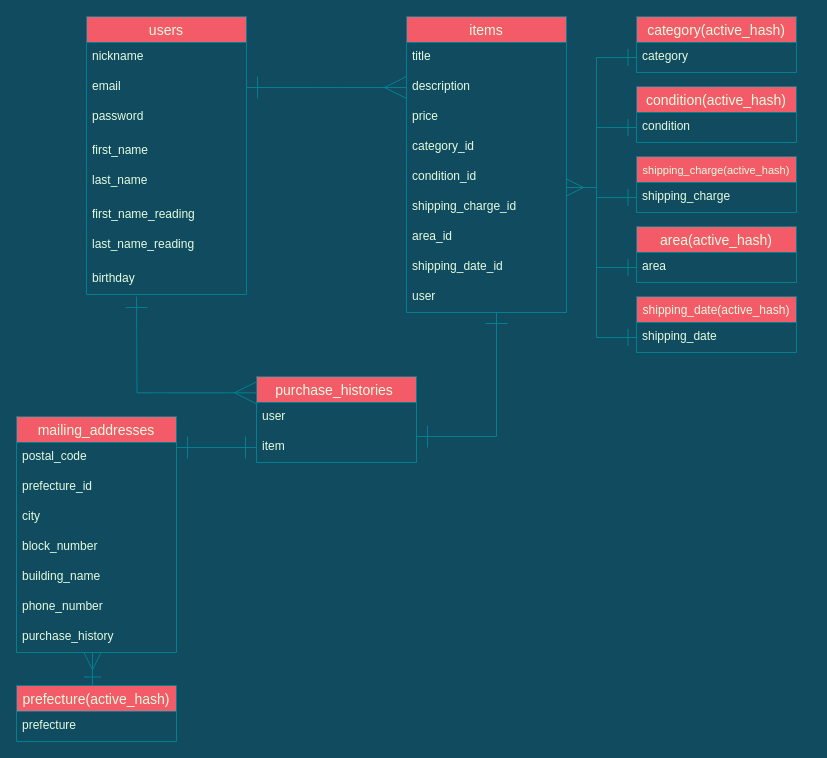
Earlier version of the draw.io diagram er.dio (s6quma/furima-33975). Source tidied: cells renumbered, new cells numbered last; positions are measured from the earlier drawing's top-left corner, leaving out a move shared by most shapes. Both pictures are drawn from the tidied source at 100%, with x=0, y=0 at pixel (16, 16).
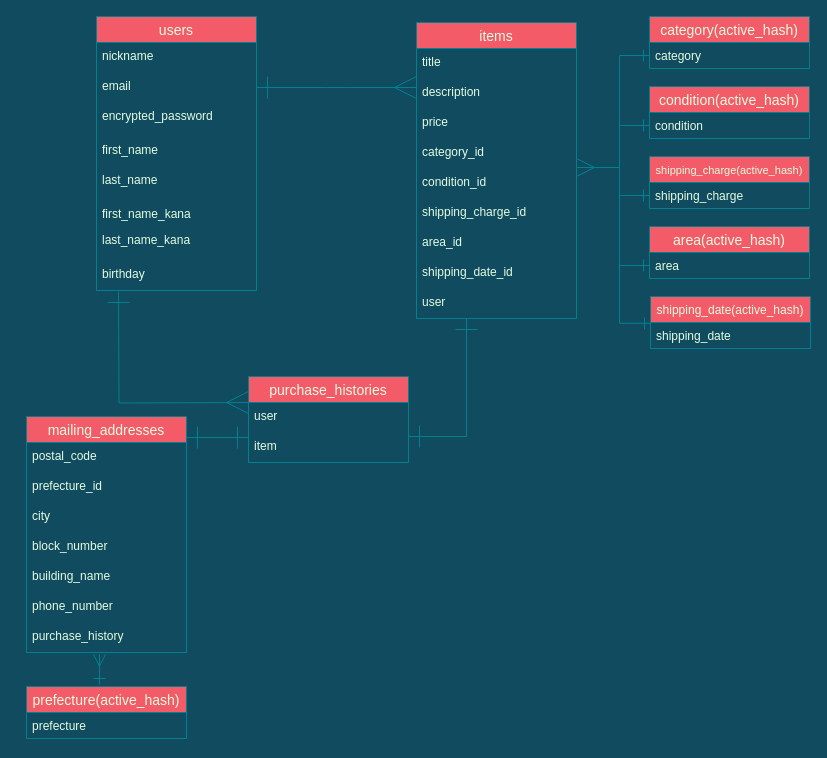
Above is the later version.

The change refers to these unchanged cells:
```xml
<mxCell id="4" value="email" style="text;strokeColor=none;fillColor=none;spacingLeft=4;spacingRight=4;overflow=hidden;points=[[0,0.5],[1,0.5]];portConstraint=eastwest;fontSize=12;fontColor=#E4FDE1;" parent="2" vertex="1">
  <mxGeometry y="56" width="160" height="30" as="geometry" />
</mxCell>
<mxCell id="20" value="user" style="text;strokeColor=none;fillColor=none;spacingLeft=4;spacingRight=4;overflow=hidden;points=[[0,0.5],[1,0.5]];portConstraint=eastwest;fontSize=12;fontColor=#E4FDE1;" parent="11" vertex="1">
  <mxGeometry y="266" width="160" height="30" as="geometry" />
</mxCell>
<mxCell id="23" value="item" style="text;strokeColor=none;fillColor=none;spacingLeft=4;spacingRight=4;overflow=hidden;points=[[0,0.5],[1,0.5]];portConstraint=eastwest;fontSize=12;fontColor=#E4FDE1;" parent="21" vertex="1">
  <mxGeometry y="56" width="160" height="30" as="geometry" />
</mxCell>
```

Change to the diagram source:
```diff
@@
     <mxCell id="2" value=" users " style="swimlane;fontStyle=0;horizontal=1;startSize=26;align=center;fontSize=14;fillColor=#F45B69;strokeColor=#028090;fontColor=#E4FDE1;" parent="1" vertex="1">
-      <mxGeometry x="70" width="160" height="278" as="geometry" />
+      <mxGeometry x="80" width="160" height="274" as="geometry" />
     </mxCell>
@@
-    <mxCell id="5" value="password" style="text;strokeColor=none;fillColor=none;spacingLeft=4;spacingRight=4;overflow=hidden;fontSize=12;fontColor=#E4FDE1;" parent="2" vertex="1">
+    <mxCell id="5" value="encrypted_password" style="text;strokeColor=none;fillColor=none;spacingLeft=4;spacingRight=4;overflow=hidden;fontSize=12;fontColor=#E4FDE1;" parent="2" vertex="1">
       <mxGeometry y="86" width="160" height="34" as="geometry" />
     </mxCell>
@@
-    <mxCell id="8" value="first_name_reading" style="text;strokeColor=none;fillColor=none;spacingLeft=4;spacingRight=4;overflow=hidden;fontSize=12;fontColor=#E4FDE1;" parent="2" vertex="1">
-      <mxGeometry y="184" width="160" height="30" as="geometry" />
+    <mxCell id="8" value="first_name_kana" style="text;strokeColor=none;fillColor=none;spacingLeft=4;spacingRight=4;overflow=hidden;fontSize=12;fontColor=#E4FDE1;" parent="2" vertex="1">
+      <mxGeometry y="184" width="160" height="26" as="geometry" />
     </mxCell>
-    <mxCell id="9" value="last_name_reading" style="text;strokeColor=none;fillColor=none;spacingLeft=4;spacingRight=4;overflow=hidden;fontSize=12;fontColor=#E4FDE1;" parent="2" vertex="1">
-      <mxGeometry y="214" width="160" height="34" as="geometry" />
+    <mxCell id="9" value="last_name_kana" style="text;strokeColor=none;fillColor=none;spacingLeft=4;spacingRight=4;overflow=hidden;fontSize=12;fontColor=#E4FDE1;" parent="2" vertex="1">
+      <mxGeometry y="210" width="160" height="34" as="geometry" />
     </mxCell>
     <mxCell id="10" value="birthday　" style="text;strokeColor=none;fillColor=none;spacingLeft=4;spacingRight=4;overflow=hidden;fontSize=12;fontColor=#E4FDE1;" parent="2" vertex="1">
-      <mxGeometry y="248" width="160" height="30" as="geometry" />
+      <mxGeometry y="244" width="160" height="30" as="geometry" />
     </mxCell>
     <mxCell id="11" value="items" style="swimlane;fontStyle=0;horizontal=1;startSize=26;align=center;fontSize=14;fillColor=#F45B69;strokeColor=#028090;fontColor=#E4FDE1;" parent="1" vertex="1">
-      <mxGeometry x="390" width="160" height="296" as="geometry" />
+      <mxGeometry x="400" y="6" width="160" height="296" as="geometry" />
     </mxCell>
@@
-    <mxCell id="21" value="purchase_histories " style="swimlane;fontStyle=0;horizontal=1;startSize=26;align=center;fontSize=14;fillColor=#F45B69;strokeColor=#028090;fontColor=#E4FDE1;" parent="1" vertex="1">
-      <mxGeometry x="240" y="360" width="160" height="86" as="geometry" />
+    <mxCell id="21" value="purchase_histories" style="swimlane;fontStyle=0;horizontal=1;startSize=26;align=center;fontSize=14;fillColor=#F45B69;strokeColor=#028090;fontColor=#E4FDE1;" parent="1" vertex="1">
+      <mxGeometry x="232" y="360" width="160" height="86" as="geometry" />
     </mxCell>
@@
     <mxCell id="24" value="mailing_addresses" style="swimlane;fontStyle=0;horizontal=1;startSize=26;align=center;fontSize=14;fillColor=#F45B69;strokeColor=#028090;fontColor=#E4FDE1;" parent="1" vertex="1">
-      <mxGeometry y="400" width="160" height="236" as="geometry" />
+      <mxGeometry x="10" y="400" width="160" height="236" as="geometry" />
     </mxCell>
@@
-    <mxCell id="31" value="purchase_history" style="text;strokeColor=none;fillColor=none;spacingLeft=4;spacingRight=4;overflow=hidden;fontSize=12;fontColor=#E4FDE1;" parent="24" vertex="1">
-      <mxGeometry y="206" width="160" height="30" as="geometry" />
-    </mxCell>
+    <mxCell id="54" value="purchase_history" style="text;strokeColor=none;fillColor=none;spacingLeft=4;spacingRight=4;overflow=hidden;fontSize=12;fontColor=#E4FDE1;" parent="24" vertex="1">
+      <mxGeometry y="206" width="160" height="30" as="geometry" />
+    </mxCell>
     <mxCell id="32" style="edgeStyle=orthogonalEdgeStyle;curved=0;rounded=1;sketch=0;jettySize=auto;html=1;endArrow=ERmany;endFill=0;endSize=20;startArrow=ERone;startFill=0;targetPerimeterSpacing=0;startSize=20;labelBackgroundColor=#114B5F;strokeColor=#028090;fontColor=#E4FDE1;" parent="1" edge="1" source="4">
       <mxGeometry relative="1" as="geometry">
-        <mxPoint x="390" y="71" as="targetPoint" />
+        <mxPoint x="400" y="71" as="targetPoint" />
       </mxGeometry>
     </mxCell>
-    <mxCell id="33" style="edgeStyle=orthogonalEdgeStyle;rounded=0;sketch=0;jettySize=auto;html=1;endArrow=ERone;endFill=0;endSize=20;startSize=20;startArrow=ERone;startFill=0;labelBackgroundColor=#114B5F;strokeColor=#028090;fontColor=#E4FDE1;" parent="1" edge="1" target="20">
+    <mxCell id="33" style="edgeStyle=orthogonalEdgeStyle;rounded=0;sketch=0;jettySize=auto;html=1;endArrow=ERone;endFill=0;endSize=20;startSize=20;startArrow=ERone;startFill=0;labelBackgroundColor=#114B5F;strokeColor=#028090;fontColor=#E4FDE1;" parent="1" edge="1" source="23" target="20">
       <mxGeometry relative="1" as="geometry">
-        <mxPoint x="400" y="420" as="sourcePoint" />
         <Array as="points">
-          <mxPoint x="480" y="420" />
+          <mxPoint x="450" y="420" />
         </Array>
       </mxGeometry>
     </mxCell>
-    <mxCell id="34" style="edgeStyle=orthogonalEdgeStyle;sketch=0;jettySize=auto;html=1;startArrow=ERmany;startFill=0;startSize=20;endArrow=ERone;endFill=0;endSize=20;targetPerimeterSpacing=0;rounded=0;exitX=0;exitY=0.19;exitDx=0;exitDy=0;exitPerimeter=0;labelBackgroundColor=#114B5F;strokeColor=#028090;fontColor=#E4FDE1;" parent="1" edge="1" source="21">
+    <mxCell id="34" style="edgeStyle=orthogonalEdgeStyle;sketch=0;orthogonalLoop=1;jettySize=auto;html=1;startArrow=ERmany;startFill=0;startSize=20;endArrow=ERone;endFill=0;endSize=20;targetPerimeterSpacing=0;rounded=0;labelBackgroundColor=#114B5F;strokeColor=#028090;fontColor=#E4FDE1;" parent="1" edge="1">
       <mxGeometry relative="1" as="geometry">
-        <mxPoint x="120" y="280" as="targetPoint" />
+        <mxPoint x="232" y="386" as="sourcePoint" />
+        <mxPoint x="102" y="275" as="targetPoint" />
       </mxGeometry>
     </mxCell>
-    <mxCell id="35" style="edgeStyle=orthogonalEdgeStyle;rounded=0;sketch=0;jettySize=auto;html=1;startArrow=ERone;startFill=0;startSize=20;endArrow=ERone;endFill=0;endSize=20;targetPerimeterSpacing=0;labelBackgroundColor=#114B5F;strokeColor=#028090;fontColor=#E4FDE1;" parent="1" edge="1" source="23">
+    <mxCell id="35" style="edgeStyle=orthogonalEdgeStyle;rounded=0;sketch=0;orthogonalLoop=1;jettySize=auto;html=1;startArrow=ERone;startFill=0;startSize=20;endArrow=ERone;endFill=0;endSize=20;targetPerimeterSpacing=0;labelBackgroundColor=#114B5F;strokeColor=#028090;fontColor=#E4FDE1;" parent="1" edge="1">
       <mxGeometry relative="1" as="geometry">
-        <mxPoint x="160" y="431" as="targetPoint" />
-        <Array as="points">
-          <mxPoint x="160" y="431" />
-        </Array>
+        <mxPoint x="232" y="421" as="sourcePoint" />
+        <mxPoint x="170" y="421" as="targetPoint" />
       </mxGeometry>
     </mxCell>
-    <mxCell id="36" style="edgeStyle=orthogonalEdgeStyle;rounded=0;sketch=0;orthogonalLoop=1;jettySize=auto;html=1;exitX=0.5;exitY=0;exitDx=0;exitDy=0;entryX=0.5;entryY=1.04;entryDx=0;entryDy=0;entryPerimeter=0;startArrow=ERone;startFill=0;startSize=15;endArrow=ERmany;endFill=0;endSize=15;targetPerimeterSpacing=0;fontSize=11;labelBackgroundColor=#114B5F;strokeColor=#028090;fontColor=#E4FDE1;" parent="1" edge="1">
-      <mxGeometry relative="1" as="geometry">
-        <mxPoint x="76" y="669" as="sourcePoint" />
-        <mxPoint x="76" y="636.2" as="targetPoint" />
-      </mxGeometry>
-    </mxCell>
-    <mxCell id="37" value="prefecture(active_hash)" style="swimlane;fontStyle=0;horizontal=1;startSize=26;align=center;fontSize=14;rounded=0;sketch=0;fillColor=#F45B69;strokeColor=#028090;fontColor=#E4FDE1;" parent="1" vertex="1">
-      <mxGeometry y="669" width="160" height="56" as="geometry" />
-    </mxCell>
-    <mxCell id="38" value="prefecture" style="text;strokeColor=none;fillColor=none;spacingLeft=4;spacingRight=4;overflow=hidden;fontSize=12;fontColor=#E4FDE1;" parent="37" vertex="1">
-      <mxGeometry y="26" width="160" height="30" as="geometry" />
-    </mxCell>
-    <mxCell id="39" value="category(active_hash)" style="swimlane;fontStyle=0;horizontal=1;startSize=26;align=center;fontSize=14;rounded=0;sketch=0;fillColor=#F45B69;strokeColor=#028090;fontColor=#E4FDE1;" parent="1" vertex="1">
-      <mxGeometry x="620" width="160" height="56" as="geometry" />
-    </mxCell>
+    <mxCell id="31" value="category(active_hash)" style="swimlane;fontStyle=0;horizontal=1;startSize=26;align=center;fontSize=14;fillColor=#F45B69;strokeColor=#028090;fontColor=#E4FDE1;" parent="1" vertex="1">
+      <mxGeometry x="633" width="160" height="52" as="geometry" />
+    </mxCell>
-    <mxCell id="40" value="category" style="text;strokeColor=none;fillColor=none;spacingLeft=4;spacingRight=4;overflow=hidden;fontSize=12;fontColor=#E4FDE1;" parent="39" vertex="1">
-      <mxGeometry y="26" width="160" height="30" as="geometry" />
+    <mxCell id="40" value="category" style="text;strokeColor=none;fillColor=none;spacingLeft=4;spacingRight=4;overflow=hidden;fontSize=12;fontColor=#E4FDE1;" parent="31" vertex="1">
+      <mxGeometry y="26" width="160" height="26" as="geometry" />
     </mxCell>
+    <mxCell id="55" style="edgeStyle=orthogonalEdgeStyle;rounded=0;orthogonalLoop=1;jettySize=auto;html=1;exitX=0;exitY=0.75;exitDx=0;exitDy=0;startArrow=ERone;startFill=0;startSize=10;endArrow=none;endFill=0;endSize=10;labelBackgroundColor=#114B5F;strokeColor=#028090;fontColor=#E4FDE1;" parent="1" edge="1">
+      <mxGeometry relative="1" as="geometry">
+        <mxPoint x="633" y="109" as="sourcePoint" />
+        <mxPoint x="603" y="109" as="targetPoint" />
+      </mxGeometry>
+    </mxCell>
+    <mxCell id="45" value="condition(active_hash)" style="swimlane;fontStyle=0;horizontal=1;startSize=26;align=center;fontSize=14;fillColor=#F45B69;strokeColor=#028090;fontColor=#E4FDE1;" parent="1" vertex="1">
+      <mxGeometry x="633" y="70" width="160" height="52" as="geometry" />
+    </mxCell>
+    <mxCell id="46" value="condition" style="text;strokeColor=none;fillColor=none;spacingLeft=4;spacingRight=4;overflow=hidden;points=[[0,0.5],[1,0.5]];portConstraint=eastwest;fontSize=12;fontColor=#E4FDE1;" parent="45" vertex="1">
+      <mxGeometry y="26" width="160" height="26" as="geometry" />
+    </mxCell>
-    <mxCell id="41" value="shipping_charge(active_hash)" style="swimlane;fontStyle=0;horizontal=1;startSize=26;align=center;fontSize=11;rounded=0;sketch=0;fillColor=#F45B69;strokeColor=#028090;fontColor=#E4FDE1;" parent="1" vertex="1">
-      <mxGeometry x="620" y="140" width="160" height="56" as="geometry" />
+    <mxCell id="41" value="shipping_charge(active_hash)" style="swimlane;fontStyle=0;horizontal=1;startSize=26;align=center;fontSize=11;fillColor=#F45B69;strokeColor=#028090;fontColor=#E4FDE1;" parent="1" vertex="1">
+      <mxGeometry x="633" y="140" width="160" height="52" as="geometry" />
     </mxCell>
     <mxCell id="42" value="shipping_charge" style="text;strokeColor=none;fillColor=none;spacingLeft=4;spacingRight=4;overflow=hidden;points=[[0,0.5],[1,0.5]];portConstraint=eastwest;fontSize=12;fontColor=#E4FDE1;" parent="41" vertex="1">
-      <mxGeometry y="26" width="160" height="30" as="geometry" />
+      <mxGeometry y="26" width="160" height="26" as="geometry" />
     </mxCell>
-    <mxCell id="43" value="area(active_hash)" style="swimlane;fontStyle=0;horizontal=1;startSize=26;align=center;fontSize=14;rounded=0;sketch=0;fillColor=#F45B69;strokeColor=#028090;fontColor=#E4FDE1;" parent="1" vertex="1">
-      <mxGeometry x="620" y="210" width="160" height="56" as="geometry" />
+    <mxCell id="43" value="area(active_hash)" style="swimlane;fontStyle=0;horizontal=1;startSize=26;align=center;fontSize=14;fillColor=#F45B69;strokeColor=#028090;fontColor=#E4FDE1;" parent="1" vertex="1">
+      <mxGeometry x="633" y="210" width="160" height="52" as="geometry" />
     </mxCell>
     <mxCell id="44" value="area" style="text;strokeColor=none;fillColor=none;spacingLeft=4;spacingRight=4;overflow=hidden;fontSize=12;fontColor=#E4FDE1;" parent="43" vertex="1">
-      <mxGeometry y="26" width="160" height="30" as="geometry" />
+      <mxGeometry y="26" width="160" height="26" as="geometry" />
     </mxCell>
-    <mxCell id="45" value="condition(active_hash)" style="swimlane;fontStyle=0;horizontal=1;startSize=26;align=center;fontSize=14;rounded=0;sketch=0;fillColor=#F45B69;strokeColor=#028090;fontColor=#E4FDE1;" parent="1" vertex="1">
-      <mxGeometry x="620" y="70" width="160" height="56" as="geometry" />
-    </mxCell>
-    <mxCell id="46" value="condition" style="text;strokeColor=none;fillColor=none;spacingLeft=4;spacingRight=4;overflow=hidden;points=[[0,0.5],[1,0.5]];portConstraint=eastwest;fontSize=12;fontColor=#E4FDE1;" parent="45" vertex="1">
-      <mxGeometry y="26" width="160" height="30" as="geometry" />
-    </mxCell>
+    <mxCell id="56" style="edgeStyle=orthogonalEdgeStyle;rounded=0;orthogonalLoop=1;jettySize=auto;html=1;startArrow=ERone;startFill=0;startSize=10;endArrow=none;endFill=0;endSize=10;exitX=0.006;exitY=0.031;exitDx=0;exitDy=0;exitPerimeter=0;labelBackgroundColor=#114B5F;strokeColor=#028090;fontColor=#E4FDE1;" parent="1" edge="1">
+      <mxGeometry relative="1" as="geometry">
+        <mxPoint x="634" y="306.8" as="sourcePoint" />
+        <mxPoint x="588" y="151" as="targetPoint" />
+        <Array as="points">
+          <mxPoint x="603" y="307" />
+          <mxPoint x="603" y="151" />
+        </Array>
+      </mxGeometry>
+    </mxCell>
-    <mxCell id="47" value="shipping_date(active_hash)" style="swimlane;fontStyle=0;horizontal=1;startSize=26;align=center;fontSize=12;rounded=0;sketch=0;fillColor=#F45B69;strokeColor=#028090;fontColor=#E4FDE1;" parent="1" vertex="1">
-      <mxGeometry x="620" y="280" width="160" height="56" as="geometry" />
+    <mxCell id="47" value="shipping_date(active_hash)" style="swimlane;fontStyle=0;horizontal=1;startSize=26;align=center;fontSize=12;fillColor=#F45B69;strokeColor=#028090;fontColor=#E4FDE1;" parent="1" vertex="1">
+      <mxGeometry x="634" y="280" width="160" height="52" as="geometry" />
     </mxCell>
-    <mxCell id="48" value="shipping_date&#10;" style="text;strokeColor=none;fillColor=none;spacingLeft=4;spacingRight=4;overflow=hidden;fontSize=12;fontColor=#E4FDE1;" parent="47" vertex="1">
-      <mxGeometry y="26" width="160" height="30" as="geometry" />
+    <mxCell id="48" value="shipping_date" style="text;strokeColor=none;fillColor=none;spacingLeft=4;spacingRight=4;overflow=hidden;fontSize=12;fontColor=#E4FDE1;" parent="47" vertex="1">
+      <mxGeometry y="26" width="160" height="26" as="geometry" />
     </mxCell>
-    <mxCell id="49" style="edgeStyle=orthogonalEdgeStyle;rounded=0;sketch=0;orthogonalLoop=1;jettySize=auto;html=1;startArrow=ERone;startFill=0;startSize=15;endArrow=ERmany;endFill=0;endSize=15;targetPerimeterSpacing=0;fontSize=11;labelBackgroundColor=#114B5F;strokeColor=#028090;fontColor=#E4FDE1;" parent="1" edge="1">
-      <mxGeometry relative="1" as="geometry">
-        <mxPoint x="620" y="41" as="sourcePoint" />
-        <mxPoint x="550" y="171" as="targetPoint" />
-        <Array as="points">
-          <mxPoint x="580" y="41" />
-          <mxPoint x="580" y="171" />
-        </Array>
-      </mxGeometry>
-    </mxCell>
-    <mxCell id="50" style="edgeStyle=orthogonalEdgeStyle;rounded=0;sketch=0;orthogonalLoop=1;jettySize=auto;html=1;startArrow=ERone;startFill=0;startSize=15;endArrow=none;endFill=0;endSize=20;targetPerimeterSpacing=0;fontSize=11;labelBackgroundColor=#114B5F;strokeColor=#028090;fontColor=#E4FDE1;" parent="1" edge="1">
-      <mxGeometry relative="1" as="geometry">
-        <mxPoint x="620" y="321" as="sourcePoint" />
-        <mxPoint x="580" y="150" as="targetPoint" />
-        <Array as="points">
-          <mxPoint x="580" y="321" />
-          <mxPoint x="580" y="170" />
-        </Array>
-      </mxGeometry>
-    </mxCell>
-    <mxCell id="51" style="edgeStyle=orthogonalEdgeStyle;rounded=0;sketch=0;jettySize=auto;html=1;startArrow=ERone;startFill=0;startSize=15;endArrow=none;endFill=0;endSize=20;targetPerimeterSpacing=0;fontSize=11;labelBackgroundColor=#114B5F;strokeColor=#028090;fontColor=#E4FDE1;" parent="1" edge="1" source="46">
-      <mxGeometry relative="1" as="geometry">
-        <mxPoint x="580" y="111" as="targetPoint" />
-      </mxGeometry>
-    </mxCell>
-    <mxCell id="52" style="edgeStyle=orthogonalEdgeStyle;rounded=0;sketch=0;jettySize=auto;html=1;exitX=0;exitY=0.5;exitDx=0;exitDy=0;startArrow=ERone;startFill=0;startSize=15;endArrow=none;endFill=0;endSize=20;targetPerimeterSpacing=0;fontSize=11;labelBackgroundColor=#114B5F;strokeColor=#028090;fontColor=#E4FDE1;" parent="1" edge="1" source="42">
-      <mxGeometry relative="1" as="geometry">
-        <mxPoint x="580" y="181" as="targetPoint" />
-      </mxGeometry>
-    </mxCell>
-    <mxCell id="53" style="edgeStyle=orthogonalEdgeStyle;rounded=0;sketch=0;orthogonalLoop=1;jettySize=auto;html=1;startArrow=ERone;startFill=0;startSize=15;endArrow=none;endFill=0;endSize=20;targetPerimeterSpacing=0;fontSize=11;labelBackgroundColor=#114B5F;strokeColor=#028090;fontColor=#E4FDE1;" parent="1" edge="1">
-      <mxGeometry relative="1" as="geometry">
-        <mxPoint x="620" y="251" as="sourcePoint" />
-        <mxPoint x="580" y="251" as="targetPoint" />
-      </mxGeometry>
-    </mxCell>
+    <mxCell id="57" style="edgeStyle=orthogonalEdgeStyle;rounded=0;orthogonalLoop=1;jettySize=auto;html=1;entryX=0.494;entryY=1.127;entryDx=0;entryDy=0;entryPerimeter=0;endArrow=ERmany;endFill=0;endSize=10;startArrow=ERone;startFill=0;startSize=10;labelBackgroundColor=#114B5F;strokeColor=#028090;fontColor=#E4FDE1;" parent="1" edge="1">
+      <mxGeometry relative="1" as="geometry">
+        <mxPoint x="83" y="668" as="sourcePoint" />
+        <mxPoint x="83" y="637.8" as="targetPoint" />
+      </mxGeometry>
+    </mxCell>
+    <mxCell id="37" value="prefecture(active_hash)" style="swimlane;fontStyle=0;horizontal=1;startSize=26;align=center;fontSize=14;fillColor=#F45B69;strokeColor=#028090;fontColor=#E4FDE1;" parent="1" vertex="1">
+      <mxGeometry x="10" y="670" width="160" height="52" as="geometry" />
+    </mxCell>
+    <mxCell id="38" value="prefecture" style="text;strokeColor=none;fillColor=none;spacingLeft=4;spacingRight=4;overflow=hidden;fontSize=12;fontColor=#E4FDE1;" parent="37" vertex="1">
+      <mxGeometry y="26" width="160" height="26" as="geometry" />
+    </mxCell>
+    <mxCell id="58" style="edgeStyle=orthogonalEdgeStyle;rounded=0;orthogonalLoop=1;jettySize=auto;html=1;exitX=0;exitY=0.5;exitDx=0;exitDy=0;startArrow=ERone;startFill=0;startSize=10;endArrow=ERmany;endFill=0;endSize=15;strokeWidth=1;labelBackgroundColor=#114B5F;strokeColor=#028090;fontColor=#E4FDE1;" parent="1" edge="1">
+      <mxGeometry relative="1" as="geometry">
+        <mxPoint x="633" y="39" as="sourcePoint" />
+        <mxPoint x="561" y="151" as="targetPoint" />
+        <Array as="points">
+          <mxPoint x="603" y="39" />
+          <mxPoint x="603" y="151" />
+        </Array>
+      </mxGeometry>
+    </mxCell>
+    <mxCell id="59" style="edgeStyle=orthogonalEdgeStyle;rounded=0;orthogonalLoop=1;jettySize=auto;html=1;exitX=0;exitY=0.5;exitDx=0;exitDy=0;startArrow=ERone;startFill=0;startSize=10;endArrow=none;endFill=0;endSize=10;labelBackgroundColor=#114B5F;strokeColor=#028090;fontColor=#E4FDE1;" parent="1" edge="1">
+      <mxGeometry relative="1" as="geometry">
+        <mxPoint x="633" y="179" as="sourcePoint" />
+        <mxPoint x="603" y="179" as="targetPoint" />
+      </mxGeometry>
+    </mxCell>
+    <mxCell id="60" style="edgeStyle=orthogonalEdgeStyle;rounded=0;orthogonalLoop=1;jettySize=auto;html=1;exitX=0;exitY=0.5;exitDx=0;exitDy=0;startArrow=ERone;startFill=0;startSize=10;endArrow=none;endFill=0;endSize=10;labelBackgroundColor=#114B5F;strokeColor=#028090;fontColor=#E4FDE1;" parent="1" edge="1">
+      <mxGeometry relative="1" as="geometry">
+        <mxPoint x="633" y="249" as="sourcePoint" />
+        <mxPoint x="603" y="249" as="targetPoint" />
+      </mxGeometry>
+    </mxCell>
```
